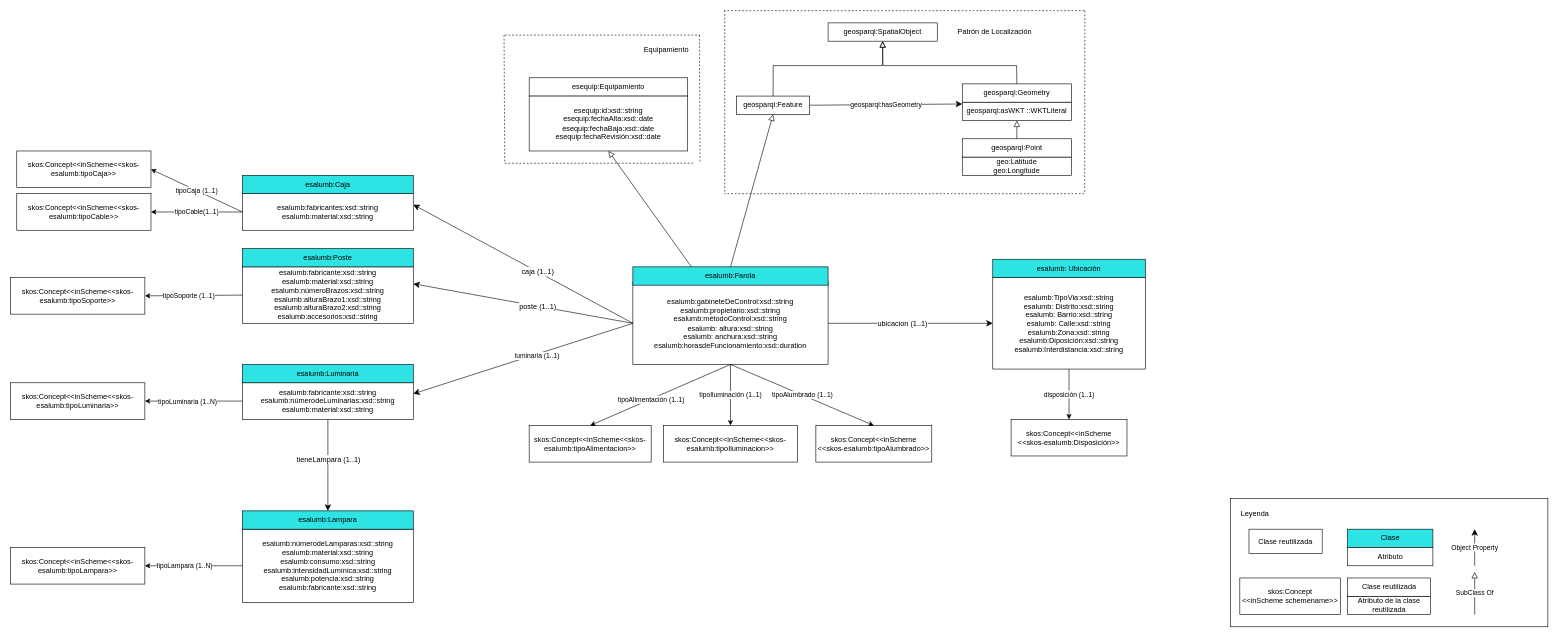
MMB99/Alumbrado-Publico keeps this draw.io diagram as Diagrama Alumbrado.drawio. Above is the earlier version. Source tidied: cells renumbered, new cells numbered last; positions are measured from the earlier drawing's top-left corner, leaving out a move shared by most shapes. Both pictures are drawn from the tidied source at 61%, with x=0, y=0 at pixel (10, 10).
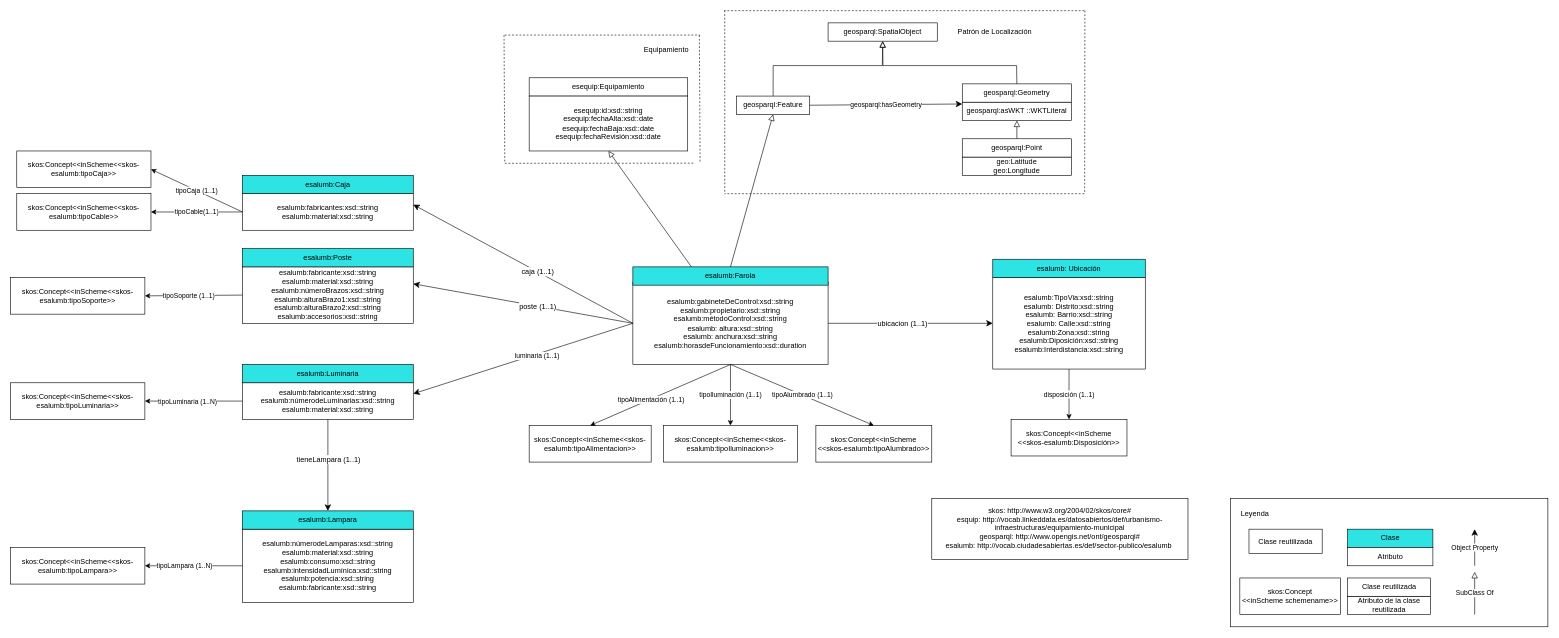
The same page after the edit.

What changed in the source:
```diff
@@
+    <mxCell id="82" style="rounded=0;whiteSpace=wrap;html=1;" parent="1" vertex="1">
+      <mxGeometry x="1510" y="800" width="420" height="100" as="geometry" />
+    </mxCell>
+    <mxCell id="83" value="skos: http://www.w3.org/2004/02/skos/core#&lt;br&gt;esquip: http://vocab.linkeddata.es/datosabiertos/def/urbanismo-infraestructuras/equipamiento-municipal&lt;br&gt;geosparql: http://www.opengis.net/ont/geosparql#&lt;br&gt;esalumb: http://vocab.ciudadesabiertas.es/def/sector-publico/esalumb&amp;nbsp;" style="text;html=1;strokeColor=none;fillColor=none;align=center;verticalAlign=middle;whiteSpace=wrap;rounded=0;" parent="1" vertex="1">
+      <mxGeometry x="1525" y="790" width="390" height="115" as="geometry" />
+    </mxCell>
```
